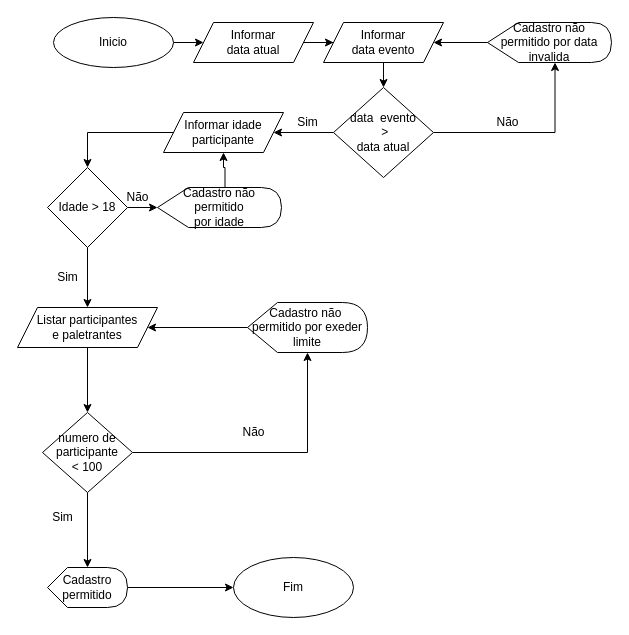
The draw.io diagram fluxograma-cadastro-eventos.drawio in Visvakarma/cadastro-eventos-savinis, before the edit. Source tidied: cells renumbered, new cells numbered last; positions are measured from the earlier drawing's top-left corner, leaving out a move shared by most shapes. Both pictures are drawn from the tidied source at 100%, with x=0, y=0 at pixel (17, 17).
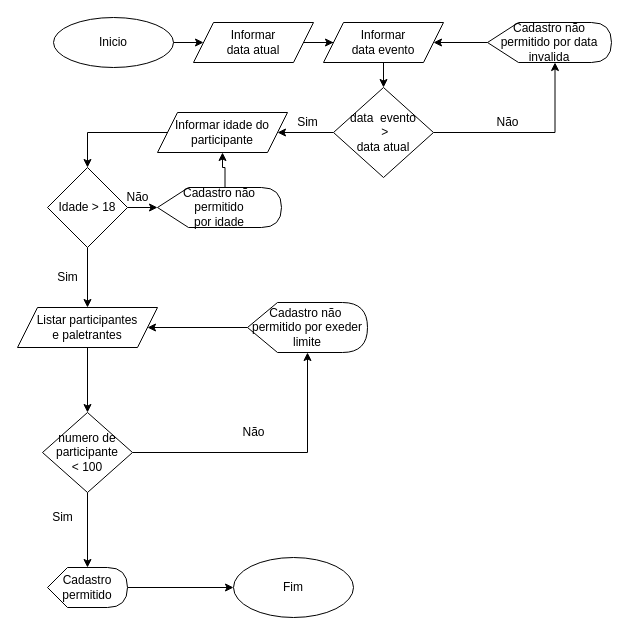
The same diagram, later.

Diff of the diagram source:
```diff
@@
-    <mxCell id="15" value="Informar idade participante" style="shape=parallelogram;perimeter=parallelogramPerimeter;whiteSpace=wrap;html=1;fixedSize=1;" parent="1" vertex="1">
-      <mxGeometry x="146" y="95" width="120" height="40" as="geometry" />
+    <mxCell id="15" value="Informar idade do participante" style="shape=parallelogram;perimeter=parallelogramPerimeter;whiteSpace=wrap;html=1;fixedSize=1;" parent="1" vertex="1">
+      <mxGeometry x="140" y="95" width="130" height="40" as="geometry" />
     </mxCell>
```
